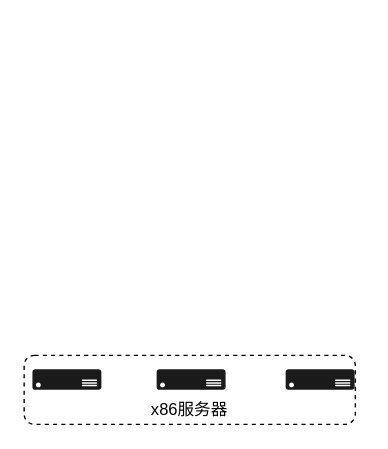
Earlier version of the draw.io diagram 架构图.drawio (182023229/image). Source tidied: cells renumbered, new cells numbered last; positions are measured from the earlier drawing's top-left corner, leaving out a move shared by most shapes. Both pictures are drawn from the tidied source at 138%, with x=0, y=0 at pixel (23, 355).
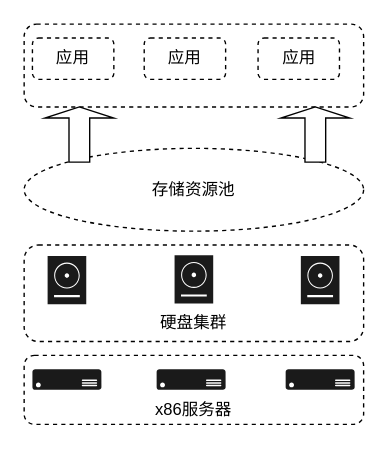
Above is the later version.

Commit message (it also covers changes not shown here):
更新架构图.drawio

The edit, as a diff of the source:
```diff
@@
 <mxGraphModel>
   <root>
     <mxCell id="0" />
     <mxCell id="1" parent="0" />
     <mxCell id="2" value="&lt;br&gt;&lt;br&gt;x86服务器" style="rounded=1;whiteSpace=wrap;html=1;fillColor=#FFFFFF;dashed=1;" parent="1" vertex="1">
-      <mxGeometry width="240" height="50" as="geometry" />
+      <mxGeometry width="246" height="50" as="geometry" />
     </mxCell>
     <mxCell id="3" style="sketch=0;shadow=0;dashed=0;html=1;strokeColor=none;labelPosition=center;verticalLabelPosition=bottom;verticalAlign=top;align=center;fillColor=#1A1A1A;shape=mxgraph.azure.server;" parent="1" vertex="1">
       <mxGeometry x="6" y="10" width="50" height="15" as="geometry" />
     </mxCell>
     <mxCell id="4" style="sketch=0;shadow=0;dashed=0;html=1;strokeColor=none;labelPosition=center;verticalLabelPosition=bottom;verticalAlign=top;align=center;fillColor=#1A1A1A;shape=mxgraph.azure.server;" parent="1" vertex="1">
       <mxGeometry x="96" y="10" width="50" height="15" as="geometry" />
     </mxCell>
     <mxCell id="5" style="sketch=0;shadow=0;dashed=0;html=1;strokeColor=none;labelPosition=center;verticalLabelPosition=bottom;verticalAlign=top;align=center;fillColor=#1A1A1A;shape=mxgraph.azure.server;" parent="1" vertex="1">
       <mxGeometry x="189.5" y="10" width="50" height="15" as="geometry" />
     </mxCell>
+    <mxCell id="6" value="&lt;br&gt;&lt;br&gt;&lt;br&gt;硬盘集群" style="rounded=1;whiteSpace=wrap;html=1;dashed=1;fillColor=#FFFFFF;" parent="1" vertex="1">
+      <mxGeometry y="-80" width="246" height="70" as="geometry" />
+    </mxCell>
+    <mxCell id="7" style="sketch=0;shadow=0;dashed=0;html=1;strokeColor=none;fillColor=#1A1A1A;labelPosition=center;verticalLabelPosition=bottom;verticalAlign=top;align=center;shape=mxgraph.veeam2.hdd;" parent="1" vertex="1">
+      <mxGeometry x="17" y="-72" width="28" height="35" as="geometry" />
+    </mxCell>
+    <mxCell id="8" style="sketch=0;shadow=0;dashed=0;html=1;strokeColor=none;fillColor=#1A1A1A;labelPosition=center;verticalLabelPosition=bottom;verticalAlign=top;align=center;shape=mxgraph.veeam2.hdd;" parent="1" vertex="1">
+      <mxGeometry x="109" y="-72.5" width="28" height="35" as="geometry" />
+    </mxCell>
+    <mxCell id="9" style="sketch=0;shadow=0;dashed=0;html=1;strokeColor=none;fillColor=#1A1A1A;labelPosition=center;verticalLabelPosition=bottom;verticalAlign=top;align=center;shape=mxgraph.veeam2.hdd;" parent="1" vertex="1">
+      <mxGeometry x="200.5" y="-72" width="28" height="35" as="geometry" />
+    </mxCell>
+    <mxCell id="10" value="存储资源池" style="ellipse;whiteSpace=wrap;html=1;dashed=1;fillColor=#FFFFFF;" parent="1" vertex="1">
+      <mxGeometry y="-150" width="246" height="60" as="geometry" />
+    </mxCell>
+    <mxCell id="11" style="rounded=1;whiteSpace=wrap;html=1;dashed=1;fillColor=#FFFFFF;" parent="1" vertex="1">
+      <mxGeometry y="-240" width="246" height="60" as="geometry" />
+    </mxCell>
+    <mxCell id="12" value="应用" style="rounded=1;whiteSpace=wrap;html=1;dashed=1;fillColor=#FFFFFF;" parent="1" vertex="1">
+      <mxGeometry x="6" y="-230" width="59" height="30" as="geometry" />
+    </mxCell>
+    <mxCell id="13" value="应用" style="rounded=1;whiteSpace=wrap;html=1;dashed=1;fillColor=#FFFFFF;" parent="1" vertex="1">
+      <mxGeometry x="87" y="-230" width="59" height="30" as="geometry" />
+    </mxCell>
+    <mxCell id="14" value="应用" style="rounded=1;whiteSpace=wrap;html=1;dashed=1;fillColor=#FFFFFF;" parent="1" vertex="1">
+      <mxGeometry x="169.5" y="-230" width="59" height="30" as="geometry" />
+    </mxCell>
+    <mxCell id="15" style="shape=singleArrow;direction=north;whiteSpace=wrap;html=1;fillColor=#FFFFFF;" parent="1" vertex="1">
+      <mxGeometry x="15" y="-180" width="50" height="40" as="geometry" />
+    </mxCell>
+    <mxCell id="16" style="shape=singleArrow;direction=north;whiteSpace=wrap;html=1;fillColor=#FFFFFF;" parent="1" vertex="1">
+      <mxGeometry x="186" y="-180" width="50" height="40" as="geometry" />
+    </mxCell>
   </root>
 </mxGraphModel>
```
